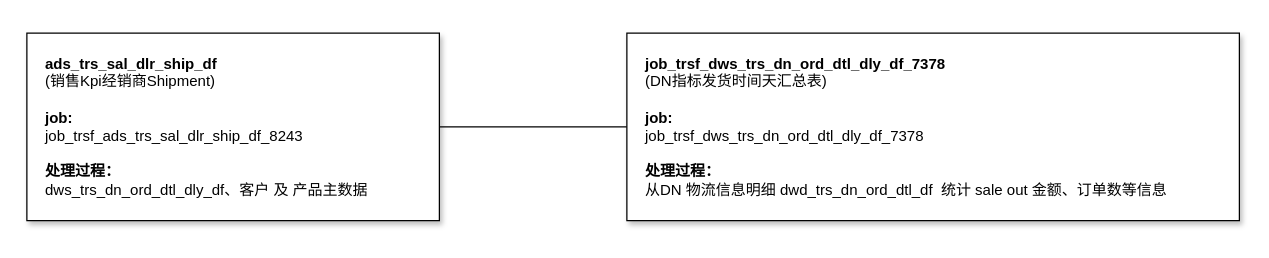
Above: trs_sal_dealer_shipment.drawio in fsJerryChan/fsJerryChan (draw.io), before the change. Source tidied: cells renumbered, new cells numbered last; positions are measured from the earlier drawing's top-left corner, leaving out a move shared by most shapes. Both pictures are drawn from the tidied source at 125%, with x=0, y=0 at pixel (26, 32).
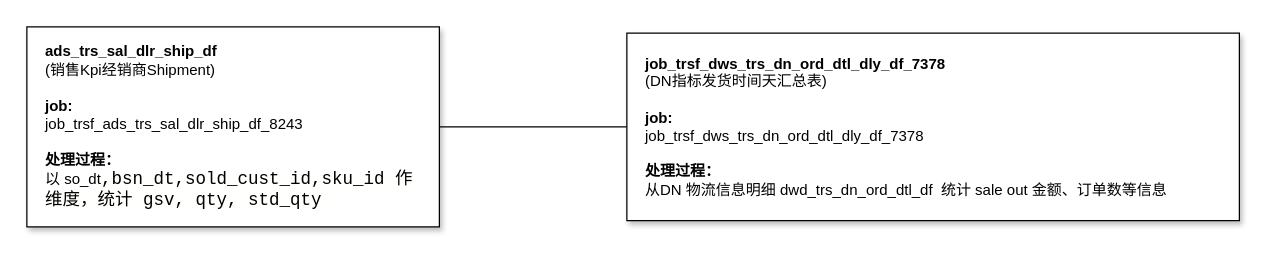
After the change.

Diff of the diagram source:
```diff
@@
 <mxGraphModel>
   <root>
     <mxCell id="0" />
     <mxCell id="1" parent="0" />
     <mxCell id="2" style="edgeStyle=entityRelationEdgeStyle;rounded=0;jettySize=auto;html=1;startArrow=none;endArrow=none;segment=10;curved=1;sourcePerimeterSpacing=0;targetPerimeterSpacing=0;" parent="1" edge="1" source="3" target="4">
       <mxGeometry relative="1" as="geometry" />
     </mxCell>
-    <mxCell id="3" value="&lt;b&gt;ads_trs_sal_dlr_ship_df&lt;/b&gt;&lt;br&gt;(销售Kpi经销商Shipment)&lt;br&gt;&lt;br&gt;&lt;b&gt;job:&lt;/b&gt;&lt;br&gt;job_trsf_ads_trs_sal_dlr_ship_df_8243&lt;br&gt;&lt;br&gt;&lt;b&gt;处理过程：&lt;/b&gt;&lt;br&gt;dws_trs_dn_ord_dtl_dly_df、客户 及 产品主数据" style="whiteSpace=wrap;html=1;rounded=0;arcSize=50;align=left;verticalAlign=middle;strokeWidth=1;spacing=15;newEdgeStyle={&quot;edgeStyle&quot;:&quot;entityRelationEdgeStyle&quot;,&quot;startArrow&quot;:&quot;none&quot;,&quot;endArrow&quot;:&quot;none&quot;,&quot;segment&quot;:10,&quot;curved&quot;:1,&quot;sourcePerimeterSpacing&quot;:0,&quot;targetPerimeterSpacing&quot;:0};shadow=1;" parent="1" vertex="1">
-      <mxGeometry width="330" height="150" as="geometry" />
+    <mxCell id="3" value="&lt;b&gt;ads_trs_sal_dlr_ship_df&lt;/b&gt;&lt;br&gt;(销售Kpi经销商Shipment)&lt;br&gt;&lt;br&gt;&lt;b&gt;job:&lt;/b&gt;&lt;br&gt;job_trsf_ads_trs_sal_dlr_ship_df_8243&lt;br&gt;&lt;br&gt;&lt;b&gt;处理过程：&lt;/b&gt;&lt;br&gt;以&amp;nbsp;so_dt&lt;span style=&quot;background-color: rgb(255, 255, 254); font-family: Consolas, &amp;quot;Courier New&amp;quot;, monospace; font-size: 14px;&quot;&gt;,bsn_dt&lt;/span&gt;&lt;span style=&quot;background-color: rgb(255, 255, 254); font-family: Consolas, &amp;quot;Courier New&amp;quot;, monospace; font-size: 14px;&quot;&gt;,sold_cust_id&lt;/span&gt;&lt;span style=&quot;background-color: rgb(255, 255, 254); font-family: Consolas, &amp;quot;Courier New&amp;quot;, monospace; font-size: 14px;&quot;&gt;,sku_id 作维度，统计 gsv, qty, std_qty&amp;nbsp;&lt;/span&gt;&lt;span style=&quot;background-color: rgb(255, 255, 254); font-family: Consolas, &amp;quot;Courier New&amp;quot;, monospace; font-size: 14px;&quot;&gt;&lt;br&gt;&lt;/span&gt;" style="whiteSpace=wrap;html=1;rounded=0;arcSize=50;align=left;verticalAlign=middle;strokeWidth=1;spacing=15;newEdgeStyle={&quot;edgeStyle&quot;:&quot;entityRelationEdgeStyle&quot;,&quot;startArrow&quot;:&quot;none&quot;,&quot;endArrow&quot;:&quot;none&quot;,&quot;segment&quot;:10,&quot;curved&quot;:1,&quot;sourcePerimeterSpacing&quot;:0,&quot;targetPerimeterSpacing&quot;:0};shadow=1;" parent="1" vertex="1">
+      <mxGeometry y="-5" width="330" height="160" as="geometry" />
     </mxCell>
     <mxCell id="4" value="&lt;b&gt;job_trsf_dws_trs_dn_ord_dtl_dly_df_7378&lt;/b&gt;&lt;br&gt;(DN指标发货时间天汇总表)&lt;br&gt;&lt;br&gt;&lt;b&gt;job:&lt;/b&gt;&lt;br&gt;job_trsf_dws_trs_dn_ord_dtl_dly_df_7378&lt;br&gt;&lt;br&gt;&lt;b&gt;处理过程：&lt;/b&gt;&lt;br&gt;从DN 物流信息明细&amp;nbsp;dwd_trs_dn_ord_dtl_df&amp;nbsp; 统计 sale out 金额、订单数等信息" style="whiteSpace=wrap;html=1;rounded=0;arcSize=50;align=left;verticalAlign=middle;strokeWidth=1;spacing=15;newEdgeStyle={&quot;edgeStyle&quot;:&quot;entityRelationEdgeStyle&quot;,&quot;startArrow&quot;:&quot;none&quot;,&quot;endArrow&quot;:&quot;none&quot;,&quot;segment&quot;:10,&quot;curved&quot;:1,&quot;sourcePerimeterSpacing&quot;:0,&quot;targetPerimeterSpacing&quot;:0};shadow=1;" parent="1" vertex="1">
       <mxGeometry x="480" width="490" height="150" as="geometry" />
     </mxCell>
   </root>
 </mxGraphModel>
```
